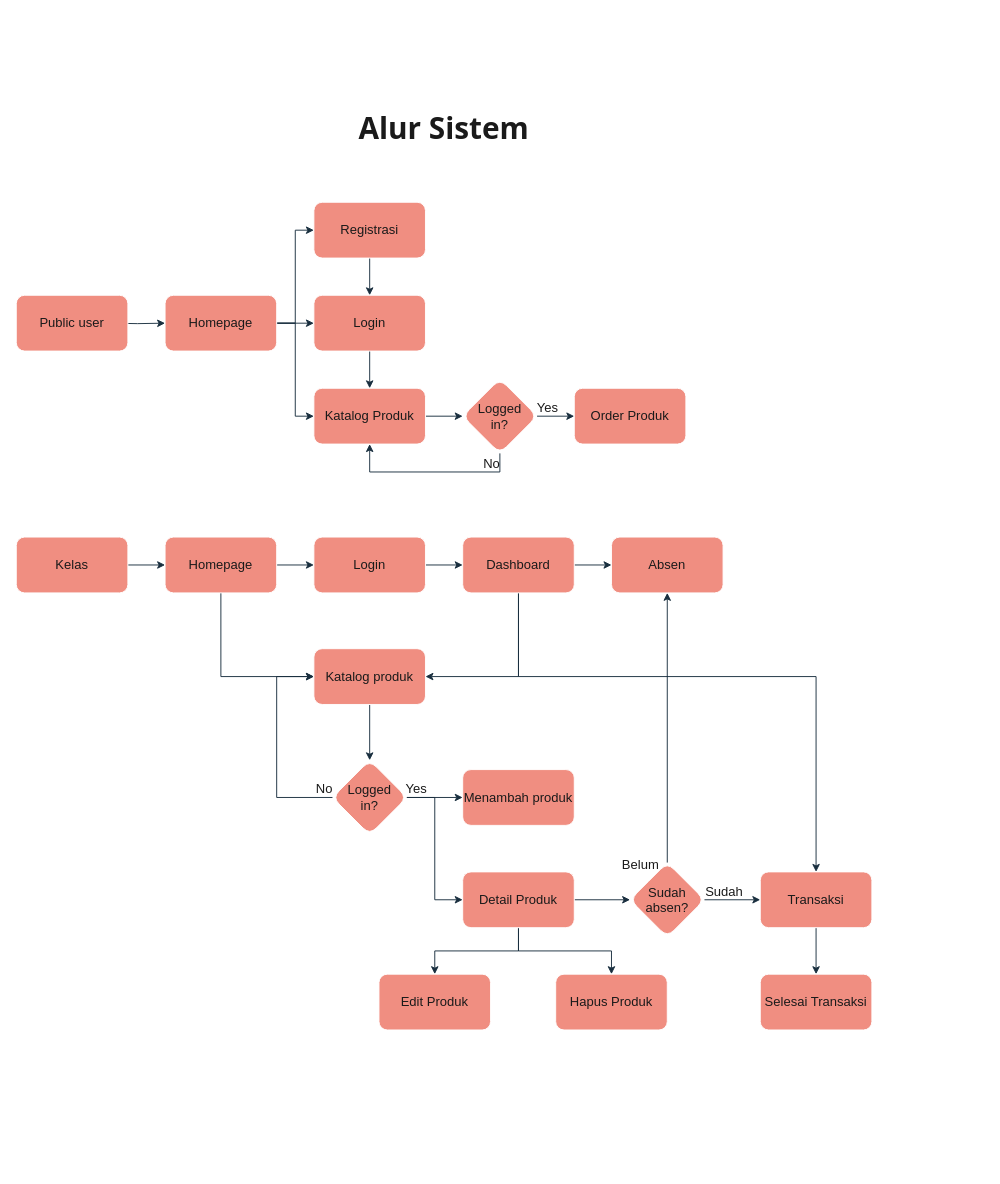
This is page "Alur Sistem" (2 of 2) of Alur_KantinSPW.drawio from silvynrr/diagram-kantin-spw, a draw.io file, before an edit. Source tidied: cells renumbered, new cells numbered last; positions are measured from the earlier drawing's top-left corner, leaving out a move shared by most shapes. Both pictures are drawn from the tidied source at 93%, with x=0, y=0 at pixel (16, 90).
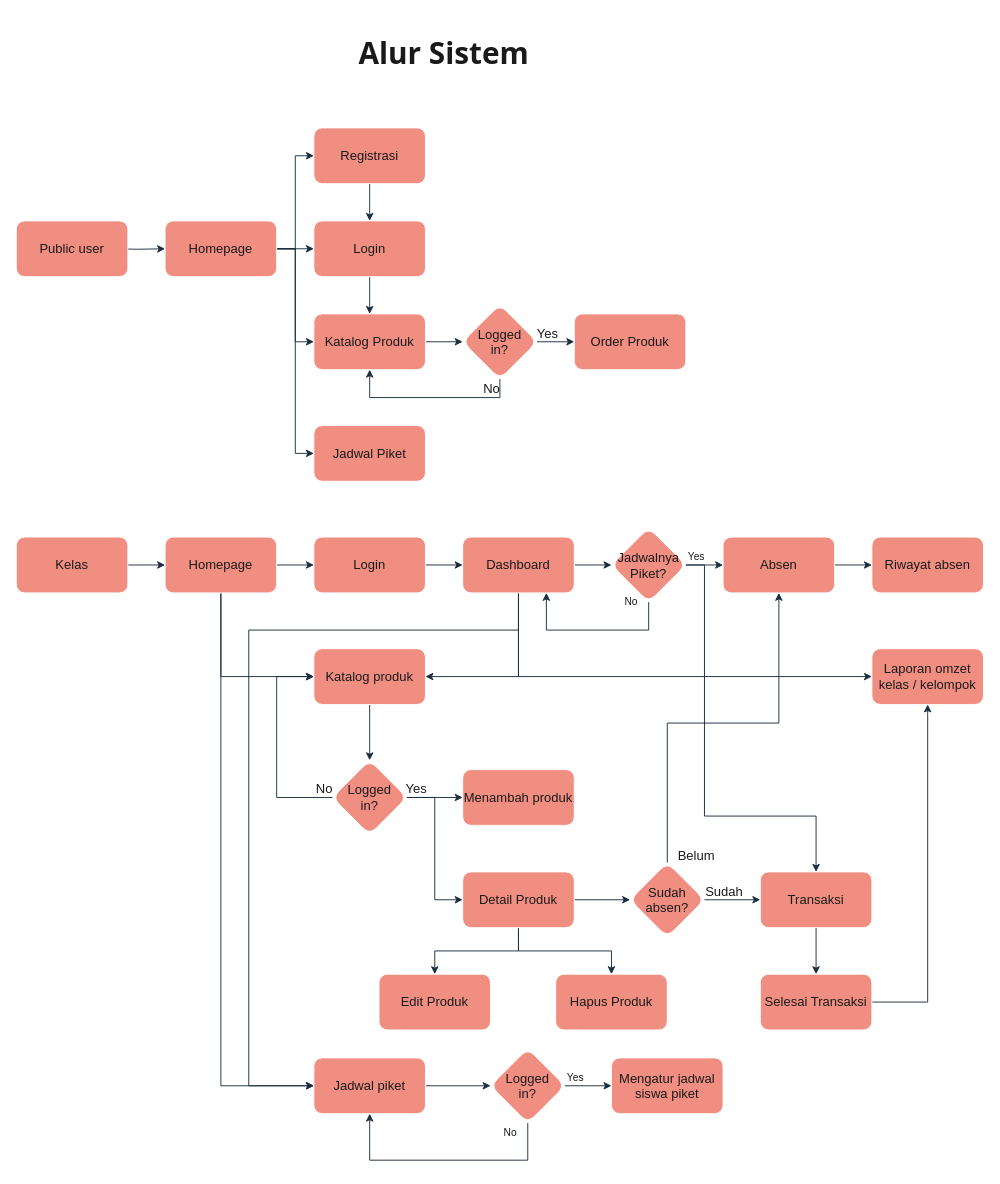
After the change.

Unchanged cells that the change refers to:
```xml
<mxCell id="24" value="Homepage" style="rounded=1;whiteSpace=wrap;html=1;labelBackgroundColor=none;fillColor=#F08E81;strokeColor=#FFFFFF;fontColor=#1A1A1A;fontSize=14;" parent="1" vertex="1">
  <mxGeometry x="160" y="480" width="120" height="60" as="geometry" />
</mxCell>
<mxCell id="30" value="Dashboard" style="rounded=1;whiteSpace=wrap;html=1;labelBackgroundColor=none;fillColor=#F08E81;strokeColor=#FFFFFF;fontColor=#1A1A1A;fontSize=14;" parent="1" vertex="1">
  <mxGeometry x="480" y="480" width="120" height="60" as="geometry" />
</mxCell>
<mxCell id="48" value="Sudah&lt;div style=&quot;font-size: 14px;&quot;&gt;absen?&lt;/div&gt;" style="rhombus;whiteSpace=wrap;html=1;rounded=1;labelBackgroundColor=none;fillColor=#F08E81;strokeColor=#FFFFFF;fontColor=#1A1A1A;fontSize=14;" parent="1" vertex="1">
  <mxGeometry x="660" y="830" width="80" height="80" as="geometry" />
</mxCell>
<mxCell id="51" value="Transaksi" style="whiteSpace=wrap;html=1;rounded=1;labelBackgroundColor=none;fillColor=#F08E81;strokeColor=#FFFFFF;fontColor=#1A1A1A;fontSize=14;" parent="1" vertex="1">
  <mxGeometry x="800" y="840" width="120" height="60" as="geometry" />
</mxCell>
<mxCell id="54" value="Selesai Transaksi" style="whiteSpace=wrap;html=1;rounded=1;labelBackgroundColor=none;fillColor=#F08E81;strokeColor=#FFFFFF;fontColor=#1A1A1A;fontSize=14;" parent="1" vertex="1">
  <mxGeometry x="800" y="950" width="120" height="60" as="geometry" />
</mxCell>
```

The edit, as a diff of the source:
```diff
@@
     <mxCell id="2" style="edgeStyle=orthogonalEdgeStyle;rounded=0;jettySize=auto;html=1;labelBackgroundColor=none;strokeColor=#182E3E;fontColor=default;fontSize=14;" parent="1" edge="1" target="7">
       <mxGeometry relative="1" as="geometry">
-        <mxPoint x="100" y="250" as="sourcePoint" />
+        <mxPoint x="100" y="170" as="sourcePoint" />
       </mxGeometry>
     </mxCell>
     <mxCell id="3" value="Public user" style="rounded=1;whiteSpace=wrap;html=1;labelBackgroundColor=none;fillColor=#F08E81;strokeColor=#FFFFFF;fontColor=#1A1A1A;fontSize=14;" parent="1" vertex="1">
-      <mxGeometry y="220" width="120" height="60" as="geometry" />
+      <mxGeometry y="140" width="120" height="60" as="geometry" />
     </mxCell>
     <mxCell id="4" style="edgeStyle=orthogonalEdgeStyle;rounded=0;jettySize=auto;html=1;labelBackgroundColor=none;strokeColor=#182E3E;fontColor=default;fontSize=14;" parent="1" edge="1" source="7" target="9">
       <mxGeometry relative="1" as="geometry">
         <Array as="points">
-          <mxPoint x="300" y="250" />
-          <mxPoint x="300" y="350" />
+          <mxPoint x="300" y="170" />
+          <mxPoint x="300" y="270" />
         </Array>
       </mxGeometry>
     </mxCell>
@@
+    <mxCell id="56" style="edgeStyle=orthogonalEdgeStyle;rounded=0;jettySize=auto;html=1;strokeColor=#182E3E;fontColor=#1A1A1A;" parent="1" edge="1" source="7" target="63">
+      <mxGeometry relative="1" as="geometry">
+        <Array as="points">
+          <mxPoint x="300" y="170" />
+          <mxPoint x="300" y="390" />
+        </Array>
+      </mxGeometry>
+    </mxCell>
     <mxCell id="7" value="Homepage" style="whiteSpace=wrap;html=1;rounded=1;labelBackgroundColor=none;fillColor=#F08E81;strokeColor=#FFFFFF;fontColor=#1A1A1A;fontSize=14;" parent="1" vertex="1">
-      <mxGeometry x="160" y="220" width="120" height="60" as="geometry" />
+      <mxGeometry x="160" y="140" width="120" height="60" as="geometry" />
     </mxCell>
@@
     <mxCell id="9" value="Katalog Produk" style="whiteSpace=wrap;html=1;rounded=1;labelBackgroundColor=none;fillColor=#F08E81;strokeColor=#FFFFFF;fontColor=#1A1A1A;fontSize=14;" parent="1" vertex="1">
-      <mxGeometry x="320" y="320" width="120" height="60" as="geometry" />
+      <mxGeometry x="320" y="240" width="120" height="60" as="geometry" />
     </mxCell>
@@
     <mxCell id="11" value="Registrasi" style="whiteSpace=wrap;html=1;rounded=1;labelBackgroundColor=none;fillColor=#F08E81;strokeColor=#FFFFFF;fontColor=#1A1A1A;fontSize=14;" parent="1" vertex="1">
-      <mxGeometry x="320" y="120" width="120" height="60" as="geometry" />
+      <mxGeometry x="320" y="40" width="120" height="60" as="geometry" />
     </mxCell>
@@
     <mxCell id="13" value="Login" style="whiteSpace=wrap;html=1;rounded=1;labelBackgroundColor=none;fillColor=#F08E81;strokeColor=#FFFFFF;fontColor=#1A1A1A;fontSize=14;" parent="1" vertex="1">
-      <mxGeometry x="320" y="220" width="120" height="60" as="geometry" />
+      <mxGeometry x="320" y="140" width="120" height="60" as="geometry" />
     </mxCell>
@@
     <mxCell id="16" style="edgeStyle=orthogonalEdgeStyle;rounded=0;jettySize=auto;html=1;labelBackgroundColor=none;strokeColor=#182E3E;fontColor=default;fontSize=14;" parent="1" edge="1" source="18" target="9">
       <mxGeometry relative="1" as="geometry">
         <Array as="points">
-          <mxPoint x="520" y="410" />
-          <mxPoint x="380" y="410" />
+          <mxPoint x="520" y="330" />
+          <mxPoint x="380" y="330" />
         </Array>
       </mxGeometry>
     </mxCell>
@@
     <mxCell id="18" value="Logged&lt;div&gt;in?&lt;/div&gt;" style="rhombus;whiteSpace=wrap;html=1;rounded=1;labelBackgroundColor=none;fillColor=#F08E81;strokeColor=#FFFFFF;fontColor=#1A1A1A;fontSize=14;" parent="1" vertex="1">
-      <mxGeometry x="480" y="310" width="80" height="80" as="geometry" />
+      <mxGeometry x="480" y="230" width="80" height="80" as="geometry" />
     </mxCell>
     <mxCell id="19" value="Order Produk" style="whiteSpace=wrap;html=1;rounded=1;labelBackgroundColor=none;fillColor=#F08E81;strokeColor=#FFFFFF;fontColor=#1A1A1A;fontSize=14;" parent="1" vertex="1">
-      <mxGeometry x="600" y="320" width="120" height="60" as="geometry" />
+      <mxGeometry x="600" y="240" width="120" height="60" as="geometry" />
     </mxCell>
@@
+    <mxCell id="57" style="edgeStyle=orthogonalEdgeStyle;rounded=0;jettySize=auto;html=1;strokeColor=#182E3E;fontColor=#1A1A1A;" parent="1" edge="1" source="24" target="65">
+      <mxGeometry relative="1" as="geometry">
+        <Array as="points">
+          <mxPoint x="220" y="1070" />
+        </Array>
+      </mxGeometry>
+    </mxCell>
@@
-    <mxCell id="28" style="edgeStyle=orthogonalEdgeStyle;rounded=0;jettySize=auto;html=1;labelBackgroundColor=none;strokeColor=#182E3E;fontColor=default;fontSize=14;" parent="1" edge="1" source="30" target="49">
-      <mxGeometry relative="1" as="geometry" />
-    </mxCell>
-    <mxCell id="29" style="edgeStyle=orthogonalEdgeStyle;rounded=0;jettySize=auto;html=1;strokeColor=#182E3E;fontColor=#1A1A1A;" parent="1" edge="1" source="30" target="51">
-      <mxGeometry relative="1" as="geometry">
-        <Array as="points">
-          <mxPoint x="540" y="630" />
-          <mxPoint x="860" y="630" />
-        </Array>
-      </mxGeometry>
-    </mxCell>
+    <mxCell id="58" style="edgeStyle=orthogonalEdgeStyle;rounded=0;jettySize=auto;html=1;strokeColor=#182E3E;fontColor=#1A1A1A;" parent="1" edge="1" source="30" target="65">
+      <mxGeometry relative="1" as="geometry">
+        <Array as="points">
+          <mxPoint x="540" y="580" />
+          <mxPoint x="250" y="580" />
+          <mxPoint x="250" y="1070" />
+        </Array>
+      </mxGeometry>
+    </mxCell>
+    <mxCell id="59" style="edgeStyle=orthogonalEdgeStyle;rounded=0;jettySize=auto;html=1;strokeColor=#182E3E;fontColor=#1A1A1A;" parent="1" edge="1" source="30" target="78">
+      <mxGeometry relative="1" as="geometry" />
+    </mxCell>
+    <mxCell id="60" style="edgeStyle=orthogonalEdgeStyle;rounded=0;jettySize=auto;html=1;strokeColor=#182E3E;fontColor=#1A1A1A;" parent="1" edge="1" source="30" target="79">
+      <mxGeometry relative="1" as="geometry">
+        <Array as="points">
+          <mxPoint x="540" y="630" />
+        </Array>
+      </mxGeometry>
+    </mxCell>
@@
     <mxCell id="44" style="edgeStyle=orthogonalEdgeStyle;rounded=0;jettySize=auto;html=1;labelBackgroundColor=none;strokeColor=#182E3E;fontColor=default;fontSize=14;" parent="1" edge="1" source="48" target="49">
-      <mxGeometry relative="1" as="geometry" />
+      <mxGeometry relative="1" as="geometry">
+        <Array as="points">
+          <mxPoint x="700" y="680" />
+          <mxPoint x="820" y="680" />
+        </Array>
+      </mxGeometry>
     </mxCell>
     <mxCell id="45" value="Belum" style="edgeLabel;html=1;align=center;verticalAlign=middle;labelBackgroundColor=none;fontColor=#1A1A1A;fontSize=14;" parent="44" vertex="1">
       <mxGeometry x="-0.86" y="1" relative="1" as="geometry">
-        <mxPoint x="-29" y="21" as="offset" />
+        <mxPoint x="31" y="21" as="offset" />
       </mxGeometry>
     </mxCell>
@@
+    <mxCell id="61" style="edgeStyle=orthogonalEdgeStyle;rounded=0;jettySize=auto;html=1;strokeColor=#182E3E;fontColor=#1A1A1A;" parent="1" edge="1" source="49" target="72">
+      <mxGeometry relative="1" as="geometry" />
+    </mxCell>
     <mxCell id="49" value="Absen" style="rounded=1;whiteSpace=wrap;html=1;labelBackgroundColor=none;fillColor=#F08E81;strokeColor=#FFFFFF;fontColor=#1A1A1A;fontSize=14;" parent="1" vertex="1">
-      <mxGeometry x="640" y="480" width="120" height="60" as="geometry" />
+      <mxGeometry x="760" y="480" width="120" height="60" as="geometry" />
     </mxCell>
@@
+    <mxCell id="62" style="edgeStyle=orthogonalEdgeStyle;rounded=0;jettySize=auto;html=1;strokeColor=#182E3E;fontColor=#1A1A1A;" parent="1" edge="1" source="54" target="79">
+      <mxGeometry relative="1" as="geometry">
+        <Array as="points">
+          <mxPoint x="980" y="980" />
+        </Array>
+      </mxGeometry>
+    </mxCell>
@@
     <mxCell id="55" value="Alur Sistem" style="text;html=1;align=center;verticalAlign=middle;whiteSpace=wrap;rounded=0;fontColor=#1A1A1A;labelBackgroundColor=none;fontSize=32;fontStyle=1;fontFamily=Tahoma;" parent="1" vertex="1">
-      <mxGeometry width="920" height="80" as="geometry" />
+      <mxGeometry y="-80" width="920" height="80" as="geometry" />
     </mxCell>
+    <mxCell id="63" value="Jadwal Piket" style="whiteSpace=wrap;html=1;fontSize=14;fillColor=#F08E81;strokeColor=#FFFFFF;fontColor=#1A1A1A;rounded=1;labelBackgroundColor=none;" parent="1" vertex="1">
+      <mxGeometry x="320" y="360" width="120" height="60" as="geometry" />
+    </mxCell>
+    <mxCell id="64" style="edgeStyle=orthogonalEdgeStyle;rounded=0;jettySize=auto;html=1;strokeColor=#182E3E;fontColor=#1A1A1A;" parent="1" edge="1" source="65" target="70">
+      <mxGeometry relative="1" as="geometry" />
+    </mxCell>
+    <mxCell id="65" value="Jadwal piket" style="whiteSpace=wrap;html=1;fontSize=14;fillColor=#F08E81;strokeColor=#FFFFFF;fontColor=#1A1A1A;rounded=1;labelBackgroundColor=none;" parent="1" vertex="1">
+      <mxGeometry x="320" y="1040" width="120" height="60" as="geometry" />
+    </mxCell>
+    <mxCell id="66" style="edgeStyle=orthogonalEdgeStyle;rounded=0;jettySize=auto;html=1;strokeColor=#182E3E;fontColor=#1A1A1A;" parent="1" edge="1" source="70" target="65">
+      <mxGeometry relative="1" as="geometry">
+        <Array as="points">
+          <mxPoint x="550" y="1150" />
+          <mxPoint x="380" y="1150" />
+        </Array>
+      </mxGeometry>
+    </mxCell>
+    <mxCell id="67" value="No" style="edgeLabel;html=1;align=center;verticalAlign=middle;strokeColor=#FFFFFF;fontColor=#1A1A1A;fillColor=#F08E81;" parent="66" vertex="1">
+      <mxGeometry x="-0.91" y="1" relative="1" as="geometry">
+        <mxPoint x="-21" y="-2" as="offset" />
+      </mxGeometry>
+    </mxCell>
+    <mxCell id="68" style="edgeStyle=orthogonalEdgeStyle;rounded=0;jettySize=auto;html=1;strokeColor=#182E3E;fontColor=#1A1A1A;" parent="1" edge="1" source="70" target="71">
+      <mxGeometry relative="1" as="geometry" />
+    </mxCell>
+    <mxCell id="69" value="Yes" style="edgeLabel;html=1;align=center;verticalAlign=middle;strokeColor=#FFFFFF;fontColor=#1A1A1A;fillColor=#F08E81;" parent="68" vertex="1">
+      <mxGeometry x="-0.57" y="-1" relative="1" as="geometry">
+        <mxPoint x="-1" y="-11" as="offset" />
+      </mxGeometry>
+    </mxCell>
+    <mxCell id="70" value="Logged&lt;div&gt;in?&lt;/div&gt;" style="rhombus;whiteSpace=wrap;html=1;fontSize=14;fillColor=#F08E81;strokeColor=#FFFFFF;fontColor=#1A1A1A;rounded=1;labelBackgroundColor=none;" parent="1" vertex="1">
+      <mxGeometry x="510" y="1030" width="80" height="80" as="geometry" />
+    </mxCell>
+    <mxCell id="71" value="Mengatur jadwal siswa piket" style="whiteSpace=wrap;html=1;fontSize=14;fillColor=#F08E81;strokeColor=#FFFFFF;fontColor=#1A1A1A;rounded=1;labelBackgroundColor=none;" parent="1" vertex="1">
+      <mxGeometry x="640" y="1040" width="120" height="60" as="geometry" />
+    </mxCell>
+    <mxCell id="72" value="Riwayat absen" style="rounded=1;whiteSpace=wrap;html=1;labelBackgroundColor=none;fillColor=#F08E81;strokeColor=#FFFFFF;fontColor=#1A1A1A;fontSize=14;" parent="1" vertex="1">
+      <mxGeometry x="920" y="480" width="120" height="60" as="geometry" />
+    </mxCell>
+    <mxCell id="73" style="edgeStyle=orthogonalEdgeStyle;rounded=0;jettySize=auto;html=1;strokeColor=#182E3E;fontColor=#1A1A1A;" parent="1" edge="1" source="78" target="49">
+      <mxGeometry relative="1" as="geometry" />
+    </mxCell>
+    <mxCell id="74" value="Yes" style="edgeLabel;html=1;align=center;verticalAlign=middle;strokeColor=#FFFFFF;fontColor=#1A1A1A;fillColor=#F08E81;" parent="73" vertex="1">
+      <mxGeometry x="-0.45" y="1" relative="1" as="geometry">
+        <mxPoint x="-1" y="-9" as="offset" />
+      </mxGeometry>
+    </mxCell>
+    <mxCell id="75" style="edgeStyle=orthogonalEdgeStyle;rounded=0;jettySize=auto;html=1;strokeColor=#182E3E;fontColor=#1A1A1A;entryX=0.75;entryY=1;entryDx=0;entryDy=0;" parent="1" edge="1" source="78" target="30">
+      <mxGeometry relative="1" as="geometry">
+        <Array as="points">
+          <mxPoint x="680" y="580" />
+          <mxPoint x="570" y="580" />
+        </Array>
+      </mxGeometry>
+    </mxCell>
+    <mxCell id="76" value="No" style="edgeLabel;html=1;align=center;verticalAlign=middle;strokeColor=#FFFFFF;fontColor=#1A1A1A;fillColor=#F08E81;" parent="75" vertex="1">
+      <mxGeometry x="-0.91" y="-1" relative="1" as="geometry">
+        <mxPoint x="-19" y="-10" as="offset" />
+      </mxGeometry>
+    </mxCell>
+    <mxCell id="77" style="edgeStyle=orthogonalEdgeStyle;rounded=0;jettySize=auto;html=1;strokeColor=#182E3E;fontColor=#1A1A1A;" parent="1" edge="1" source="78" target="51">
+      <mxGeometry relative="1" as="geometry">
+        <Array as="points">
+          <mxPoint x="740" y="510" />
+          <mxPoint x="740" y="780" />
+          <mxPoint x="860" y="780" />
+        </Array>
+      </mxGeometry>
+    </mxCell>
+    <mxCell id="78" value="Jadwalnya&lt;div&gt;Piket?&lt;/div&gt;" style="rhombus;whiteSpace=wrap;html=1;fontSize=14;fillColor=#F08E81;strokeColor=#FFFFFF;fontColor=#1A1A1A;rounded=1;labelBackgroundColor=none;" parent="1" vertex="1">
+      <mxGeometry x="640" y="470" width="80" height="80" as="geometry" />
+    </mxCell>
+    <mxCell id="79" value="Laporan omzet kelas / kelompok" style="whiteSpace=wrap;html=1;fontSize=14;fillColor=#F08E81;strokeColor=#FFFFFF;fontColor=#1A1A1A;rounded=1;labelBackgroundColor=none;" parent="1" vertex="1">
+      <mxGeometry x="920" y="600" width="120" height="60" as="geometry" />
+    </mxCell>
```
